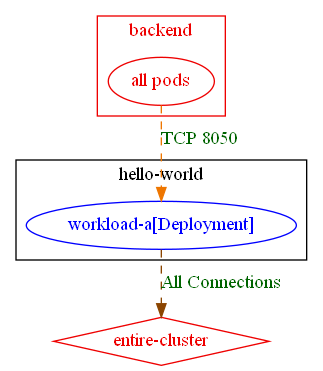
Before: test_outputs/connlist/exposure_test_conn_to_all_pods_in_a_new_ns_exposure_output.dot.png, a diagram exported from Graphviz (np-guard/netpol-analyzer). Its source is kept beside it as test_outputs/connlist/exposure_test_conn_to_all_pods_in_a_new_ns_exposure_output.dot. Source of this version:
```dot
digraph {
	subgraph "cluster_hello_world" {
		color="black"
		fontcolor="black"
		"hello-world/workload-a[Deployment]" [label="workload-a[Deployment]" color="blue" fontcolor="blue"]
		label="hello-world"
	}
	subgraph "cluster_backend" {
		color="red2"
		fontcolor="red2"
		"all pods_in_backend" [label="all pods" color="red2" fontcolor="red2"]
		label="backend"
	}
	"entire-cluster" [label="entire-cluster" color="red2" fontcolor="red2" shape=diamond]
	"all pods_in_backend" -> "hello-world/workload-a[Deployment]" [label="TCP 8050" color="darkorange2" fontcolor="darkgreen" weight=1 style=dashed]
	"hello-world/workload-a[Deployment]" -> "entire-cluster" [label="All Connections" color="darkorange4" fontcolor="darkgreen" weight=0.5 style=dashed]
}
```
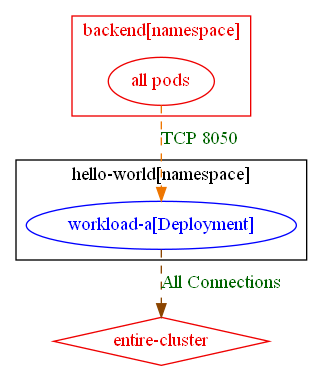
After the change.

The edit, as a diff of the source:
```diff
@@ -1,15 +1,15 @@
 digraph {
-	subgraph "cluster_hello_world" {
+	subgraph "cluster_hello_world[namespace]" {
 		color="black"
 		fontcolor="black"
 		"hello-world/workload-a[Deployment]" [label="workload-a[Deployment]" color="blue" fontcolor="blue"]
-		label="hello-world"
+		label="hello-world[namespace]"
 	}
-	subgraph "cluster_backend" {
+	subgraph "cluster_backend[namespace]" {
 		color="red2"
 		fontcolor="red2"
 		"all pods_in_backend" [label="all pods" color="red2" fontcolor="red2"]
-		label="backend"
+		label="backend[namespace]"
 	}
 	"entire-cluster" [label="entire-cluster" color="red2" fontcolor="red2" shape=diamond]
 	"all pods_in_backend" -> "hello-world/workload-a[Deployment]" [label="TCP 8050" color="darkorange2" fontcolor="darkgreen" weight=1 style=dashed]
```
